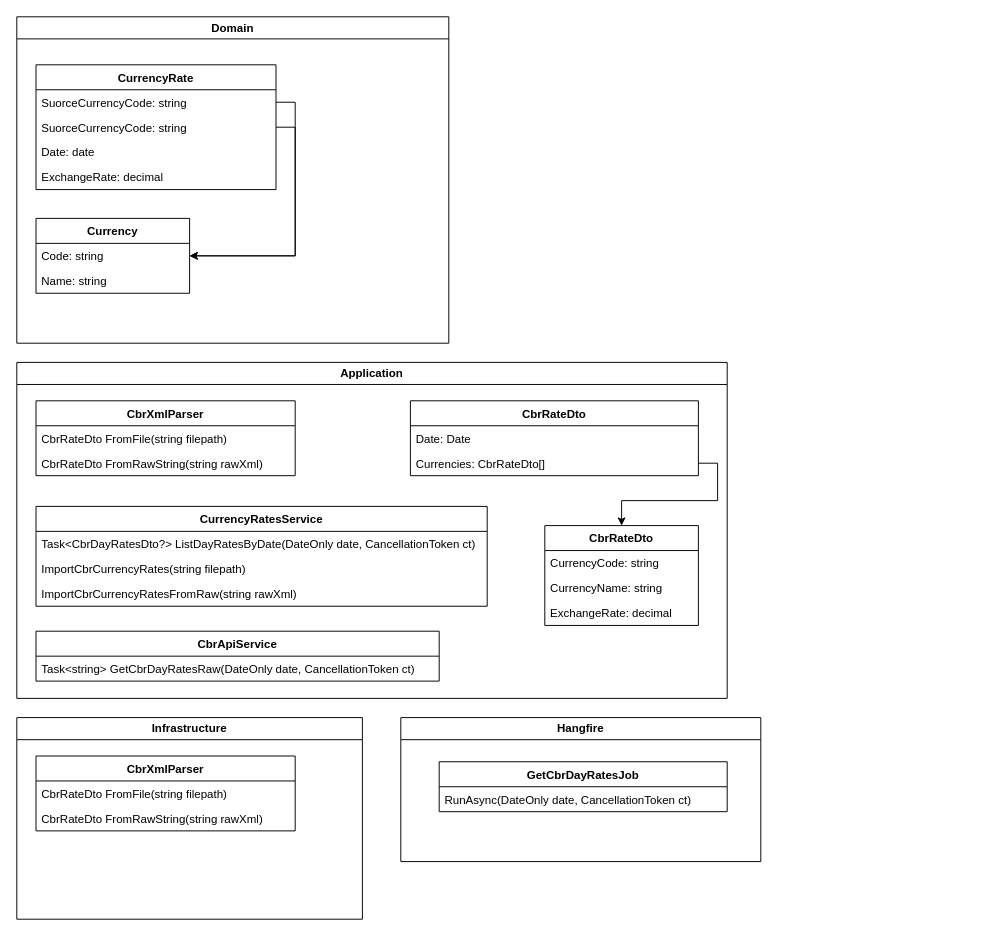
alozhka/TLOnboarding keeps this draw.io diagram as CurrencyRates/docs/CbrArchitecture.drawio. Above is the earlier version. Source tidied: cells renumbered, new cells numbered last; positions are measured from the earlier drawing's top-left corner, leaving out a move shared by most shapes. Both pictures are drawn from the tidied source at 96%, with x=0, y=0 at pixel (16, 16).
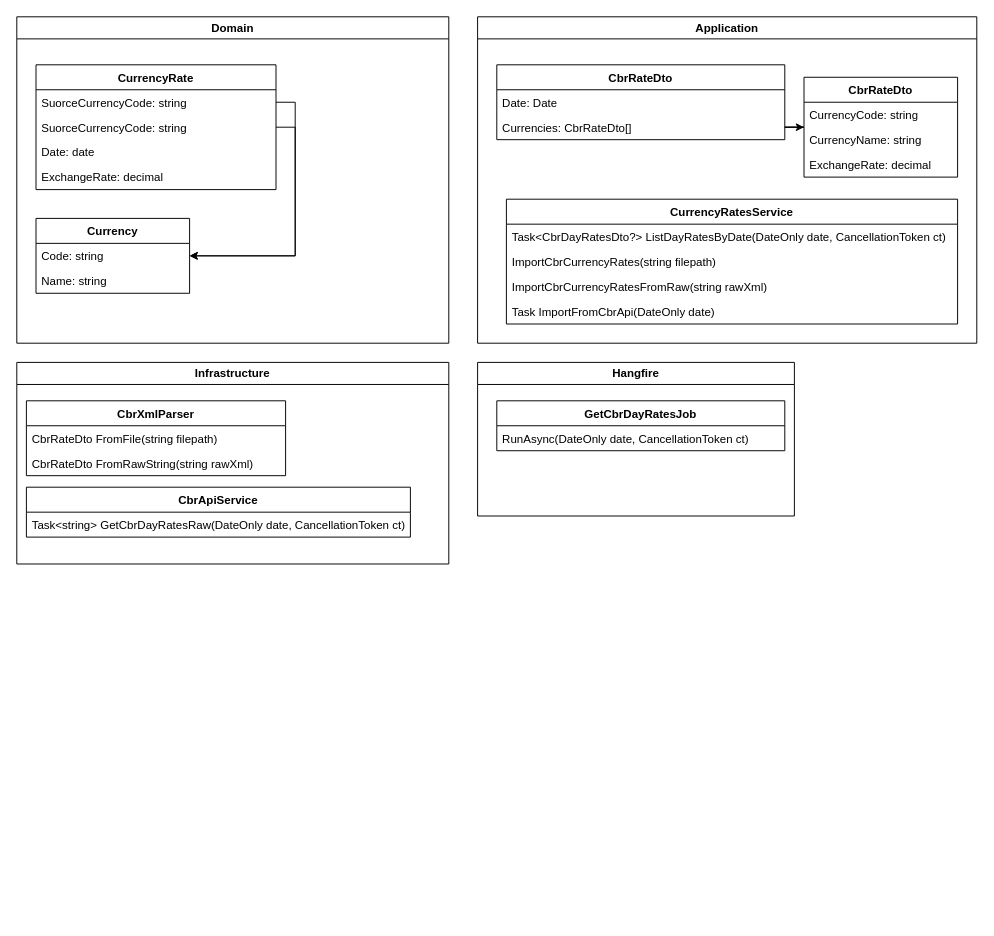
After the change.

Diff of the diagram source:
```diff
@@
     <mxCell id="13" value="Application" style="swimlane;whiteSpace=wrap;html=1;" parent="1" vertex="1">
-      <mxGeometry y="360" width="740" height="350" as="geometry" />
+      <mxGeometry x="480" width="520" height="340" as="geometry" />
     </mxCell>
     <mxCell id="14" value="CbrRateDto" style="swimlane;fontStyle=1;align=center;verticalAlign=top;horizontal=1;startSize=26;whiteSpace=wrap;html=1;" parent="13" vertex="1">
-      <mxGeometry x="550" y="170" width="160" height="104" as="geometry" />
+      <mxGeometry x="340" y="63" width="160" height="104" as="geometry" />
     </mxCell>
@@
     <mxCell id="18" value="&lt;span style=&quot;text-align: left;&quot;&gt;CbrRateDto&lt;/span&gt;" style="swimlane;fontStyle=1;align=center;verticalAlign=top;horizontal=1;startSize=26;whiteSpace=wrap;html=1;" parent="13" vertex="1">
-      <mxGeometry x="410" y="40" width="300" height="78" as="geometry" />
+      <mxGeometry x="20" y="50" width="300" height="78" as="geometry" />
     </mxCell>
@@
-    <mxCell id="21" value="CbrXmlParser" style="swimlane;fontStyle=1;align=center;verticalAlign=top;horizontal=1;startSize=26;whiteSpace=wrap;html=1;" parent="13" vertex="1">
-      <mxGeometry x="20" y="40" width="270" height="78" as="geometry" />
-    </mxCell>
-    <mxCell id="22" value="CbrRateDto FromFile(string filepath)" style="text;strokeColor=none;fillColor=none;align=left;verticalAlign=top;spacingLeft=4;spacingRight=4;overflow=hidden;whiteSpace=wrap;html=1;" parent="21" vertex="1">
-      <mxGeometry y="26" width="270" height="26" as="geometry" />
-    </mxCell>
-    <mxCell id="23" value="CbrRateDto&amp;nbsp;FromRawString(string rawXml)" style="text;strokeColor=none;fillColor=none;align=left;verticalAlign=top;spacingLeft=4;spacingRight=4;overflow=hidden;whiteSpace=wrap;html=1;" parent="21" vertex="1">
-      <mxGeometry y="52" width="270" height="26" as="geometry" />
-    </mxCell>
     <mxCell id="24" value="CurrencyRatesService" style="swimlane;fontStyle=1;align=center;verticalAlign=top;horizontal=1;startSize=26;whiteSpace=wrap;html=1;" parent="13" vertex="1">
-      <mxGeometry x="20" y="150" width="470" height="104" as="geometry" />
+      <mxGeometry x="30" y="190" width="470" height="130" as="geometry" />
     </mxCell>
@@
-    <mxCell id="28" value="CbrApiService" style="swimlane;fontStyle=1;align=center;verticalAlign=top;horizontal=1;startSize=26;whiteSpace=wrap;html=1;" parent="13" vertex="1">
-      <mxGeometry x="20" y="280" width="420" height="52" as="geometry" />
-    </mxCell>
-    <mxCell id="29" value="Task&amp;lt;string&amp;gt; GetCbrDayRatesRaw(DateOnly date, CancellationToken ct)" style="text;strokeColor=none;fillColor=none;align=left;verticalAlign=top;spacingLeft=4;spacingRight=4;overflow=hidden;whiteSpace=wrap;html=1;" parent="28" vertex="1">
-      <mxGeometry y="26" width="420" height="26" as="geometry" />
-    </mxCell>
+    <mxCell id="38" value="Task ImportFromCbrApi(DateOnly date)" style="text;strokeColor=none;fillColor=none;align=left;verticalAlign=top;spacingLeft=4;spacingRight=4;overflow=hidden;whiteSpace=wrap;html=1;" parent="24" vertex="1">
+      <mxGeometry y="104" width="470" height="26" as="geometry" />
+    </mxCell>
@@
     <mxCell id="31" value="Hangfire" style="swimlane;whiteSpace=wrap;html=1;" parent="1" vertex="1">
-      <mxGeometry x="400" y="730" width="375" height="150" as="geometry" />
+      <mxGeometry x="480" y="360" width="330" height="160" as="geometry" />
     </mxCell>
     <mxCell id="32" value="GetCbrDayRatesJob" style="swimlane;fontStyle=1;align=center;verticalAlign=top;horizontal=1;startSize=26;whiteSpace=wrap;html=1;" parent="31" vertex="1">
-      <mxGeometry x="40" y="46" width="300" height="52" as="geometry" />
+      <mxGeometry x="20" y="40" width="300" height="52" as="geometry" />
     </mxCell>
@@
     <mxCell id="34" value="Infrastructure" style="swimlane;whiteSpace=wrap;html=1;" parent="1" vertex="1">
-      <mxGeometry y="730" width="360" height="210" as="geometry" />
+      <mxGeometry y="360" width="450" height="210" as="geometry" />
     </mxCell>
     <mxCell id="35" value="CbrXmlParser" style="swimlane;fontStyle=1;align=center;verticalAlign=top;horizontal=1;startSize=26;whiteSpace=wrap;html=1;" parent="34" vertex="1">
-      <mxGeometry x="20" y="40" width="270" height="78" as="geometry" />
+      <mxGeometry x="10" y="40" width="270" height="78" as="geometry" />
     </mxCell>
@@
+    <mxCell id="28" value="CbrApiService" style="swimlane;fontStyle=1;align=center;verticalAlign=top;horizontal=1;startSize=26;whiteSpace=wrap;html=1;" parent="34" vertex="1">
+      <mxGeometry x="10" y="130" width="400" height="52" as="geometry" />
+    </mxCell>
+    <mxCell id="29" value="Task&amp;lt;string&amp;gt; GetCbrDayRatesRaw(DateOnly date, CancellationToken ct)" style="text;strokeColor=none;fillColor=none;align=left;verticalAlign=top;spacingLeft=4;spacingRight=4;overflow=hidden;whiteSpace=wrap;html=1;" parent="28" vertex="1">
+      <mxGeometry y="26" width="400" height="26" as="geometry" />
+    </mxCell>
```
